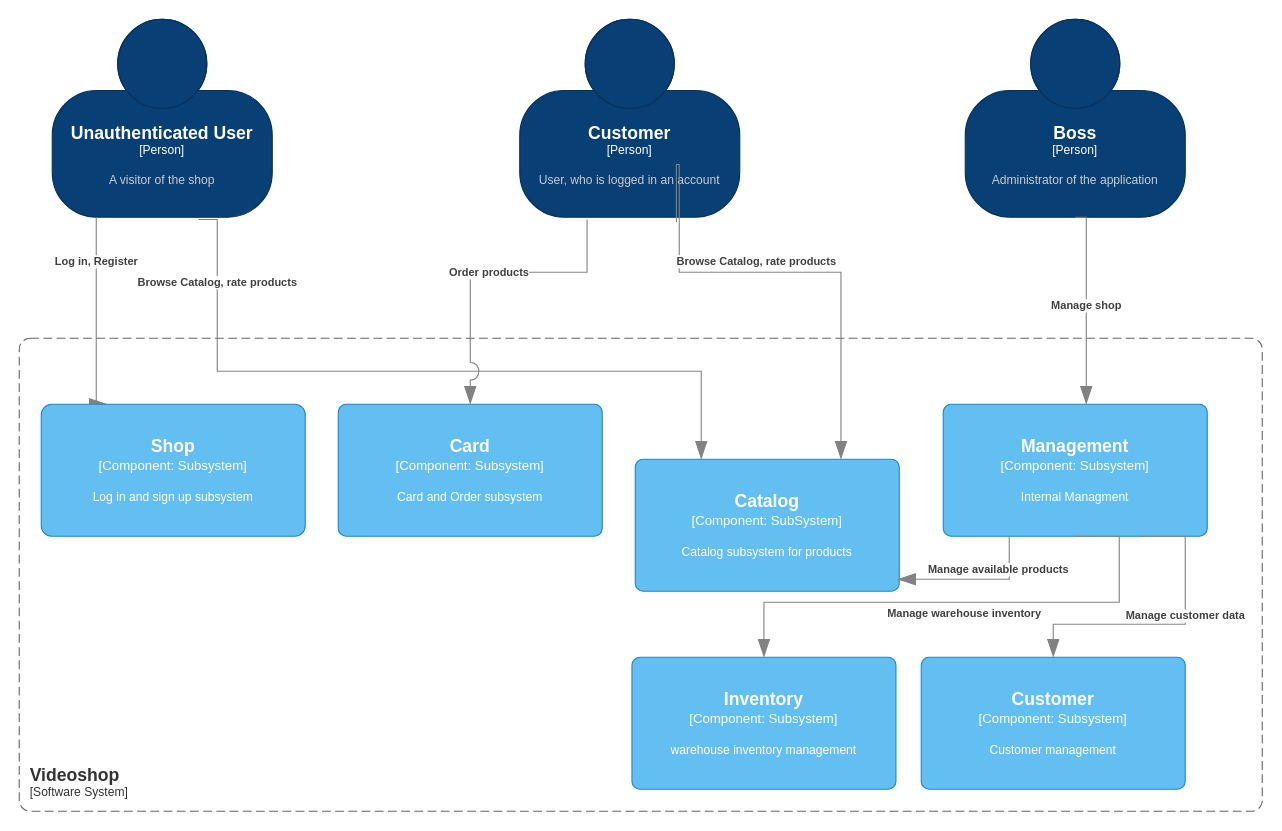
This is src/main/asciidoc/diagrams/videoshop_a_top_level_c4_c3.drawio from st-tu-dresden/videoshop, a draw.io file, before an edit. Source tidied: cells renumbered, new cells numbered last; positions are measured from the earlier drawing's top-left corner, leaving out a move shared by most shapes. Both pictures are drawn from the tidied source at 110%, with x=0, y=0 at pixel (19, 19).
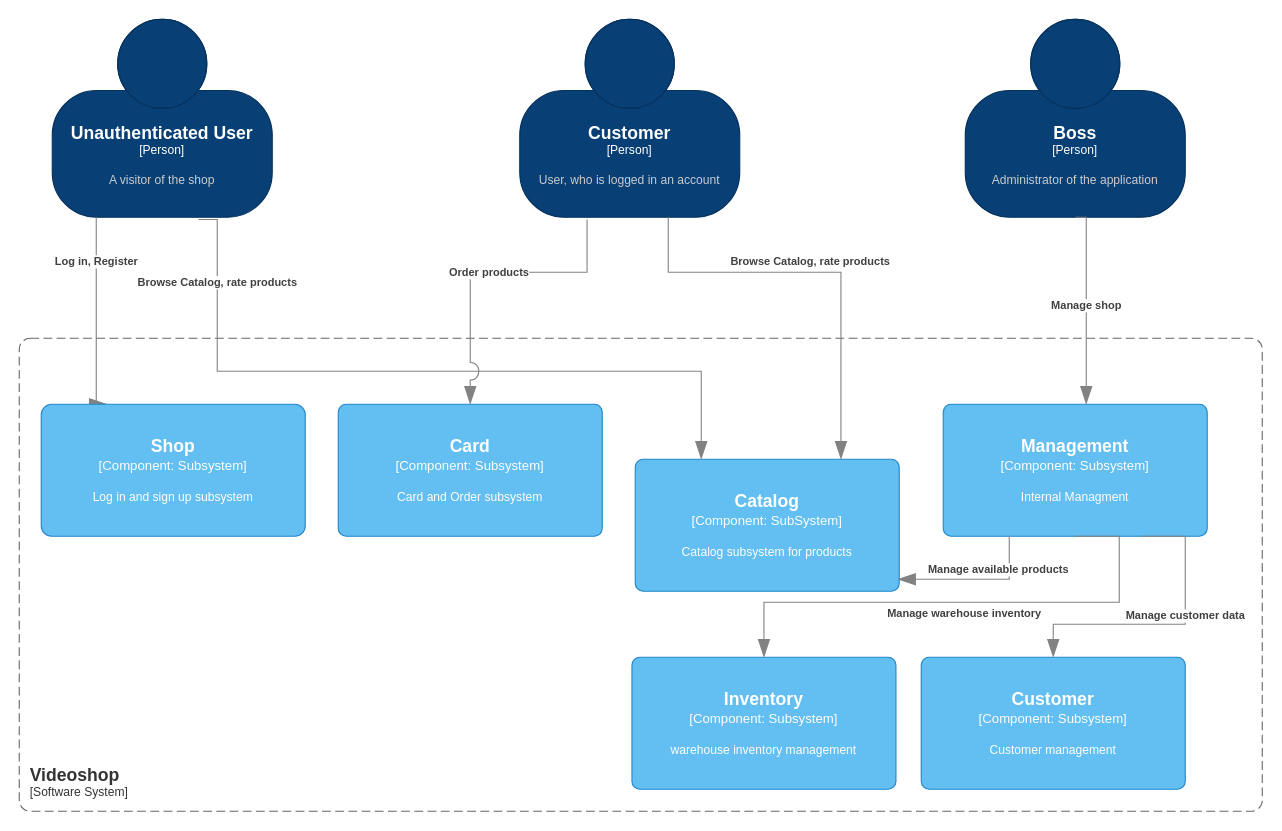
The same page after the edit.

Commit message (it also covers changes not shown here):
Add example link for package diagram and fixed reference layout in TLA

Unchanged cells that the change refers to:
```xml
<object id="2" label="&lt;font style=&quot;font-size: 16px&quot;&gt;&lt;b&gt;%c4Name%&lt;/b&gt;&lt;/font&gt;&lt;div&gt;[%c4Type%]&lt;/div&gt;&lt;br&gt;&lt;div&gt;&lt;font style=&quot;font-size: 11px&quot;&gt;&lt;font color=&quot;#cccccc&quot;&gt;%c4Description%&lt;/font&gt;&lt;/div&gt;" c4Description="User, who is logged in an account" c4Name="Customer" c4Type="Person" placeholders="1">
  <mxCell style="html=1;fontSize=11;dashed=0;whiteSpace=wrap;fillColor=#083F75;strokeColor=#06315C;fontColor=#ffffff;shape=mxgraph.c4.person2;align=center;points=[[0.5,0,0],[1,0.5,0],[1,0.75,0],[0.75,1,0],[0.5,1,0],[0.25,1,0],[0,0.75,0],[0,0.5,0]];" parent="1" vertex="1">
    <mxGeometry x="455" width="200" height="180" as="geometry" />
  </mxCell>
</object>
<object id="8" label="&lt;font style=&quot;font-size: 16px&quot;&gt;&lt;b&gt;%c4Name%&lt;/b&gt;&lt;/font&gt;&lt;div&gt;[%c4Type%: %c4Technology%]&lt;/div&gt;&lt;br&gt;&lt;div&gt;&lt;font style=&quot;font-size: 11px&quot;&gt;%c4Description%&lt;/font&gt;&lt;/div&gt;" c4Description="Catalog subsystem for products" c4Name="Catalog" c4Technology="SubSystem" c4Type="Component" placeholders="1">
  <mxCell style="rounded=1;whiteSpace=wrap;html=1;labelBackgroundColor=none;fillColor=#63BEF2;fontColor=#ffffff;align=center;arcSize=6;strokeColor=#2086C9;points=[[0.25,0,0],[0.5,0,0],[0.75,0,0],[1,0.25,0],[1,0.5,0],[1,0.75,0],[0.75,1,0],[0.5,1,0],[0.25,1,0],[0,0.75,0],[0,0.5,0],[0,0.25,0]];" parent="1" vertex="1">
    <mxGeometry x="560" y="400" width="240" height="120" as="geometry" />
  </mxCell>
</object>
```

What changed in the source:
```diff
@@
     <object id="15" label="&lt;div style=&quot;text-align: left&quot;&gt;&lt;div style=&quot;text-align: center&quot;&gt;&lt;b&gt;%c4Description%&lt;/b&gt;&lt;/div&gt;" c4Description="Browse Catalog, rate products" placeholders="1">
-      <mxCell style="endArrow=blockThin;html=1;fontSize=10;fontColor=#404040;strokeWidth=1;endFill=1;strokeColor=#828282;elbow=vertical;endSize=14;startSize=14;jumpStyle=arc;jumpSize=16;rounded=0;edgeStyle=orthogonalEdgeStyle;exitX=0.712;exitY=1.025;exitDx=0;exitDy=0;exitPerimeter=0;" parent="1" edge="1" source="2" target="8">
+      <mxCell style="endArrow=blockThin;html=1;fontSize=10;fontColor=#404040;strokeWidth=1;endFill=1;strokeColor=#828282;elbow=vertical;endSize=14;startSize=14;jumpStyle=arc;jumpSize=16;rounded=0;edgeStyle=orthogonalEdgeStyle;" parent="1" edge="1" source="2" target="8">
         <mxGeometry x="-0.05" y="10" relative="1" as="geometry">
           <Array as="points">
-            <mxPoint x="597" y="132" />
-            <mxPoint x="600" y="132" />
-            <mxPoint x="600" y="230" />
+            <mxPoint x="590" y="230" />
             <mxPoint x="747" y="230" />
           </Array>
         </mxGeometry>
       </mxCell>
     </object>
```
